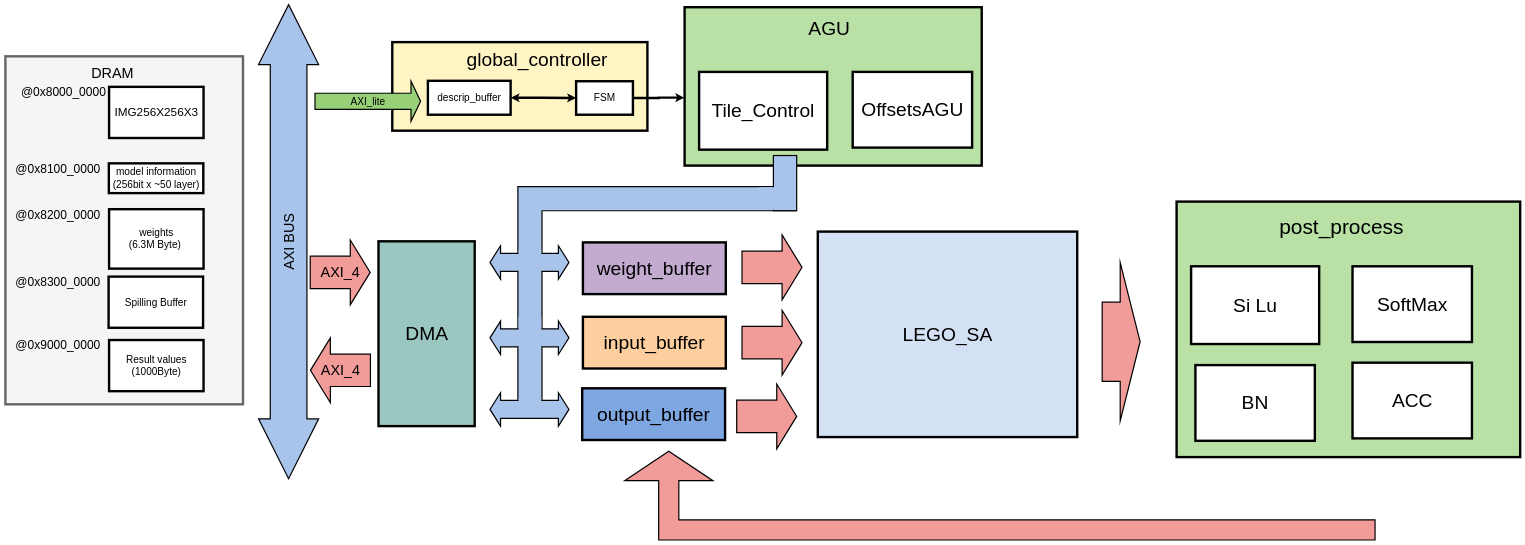
The draw.io diagram 系統V1.2.drawio in jihuien/ML100Days, before the edit. Source tidied: cells renumbered, new cells numbered last; positions are measured from the earlier drawing's top-left corner, leaving out a move shared by most shapes. Both pictures are drawn from the tidied source at 24%, with x=0, y=0 at pixel (5, -62).
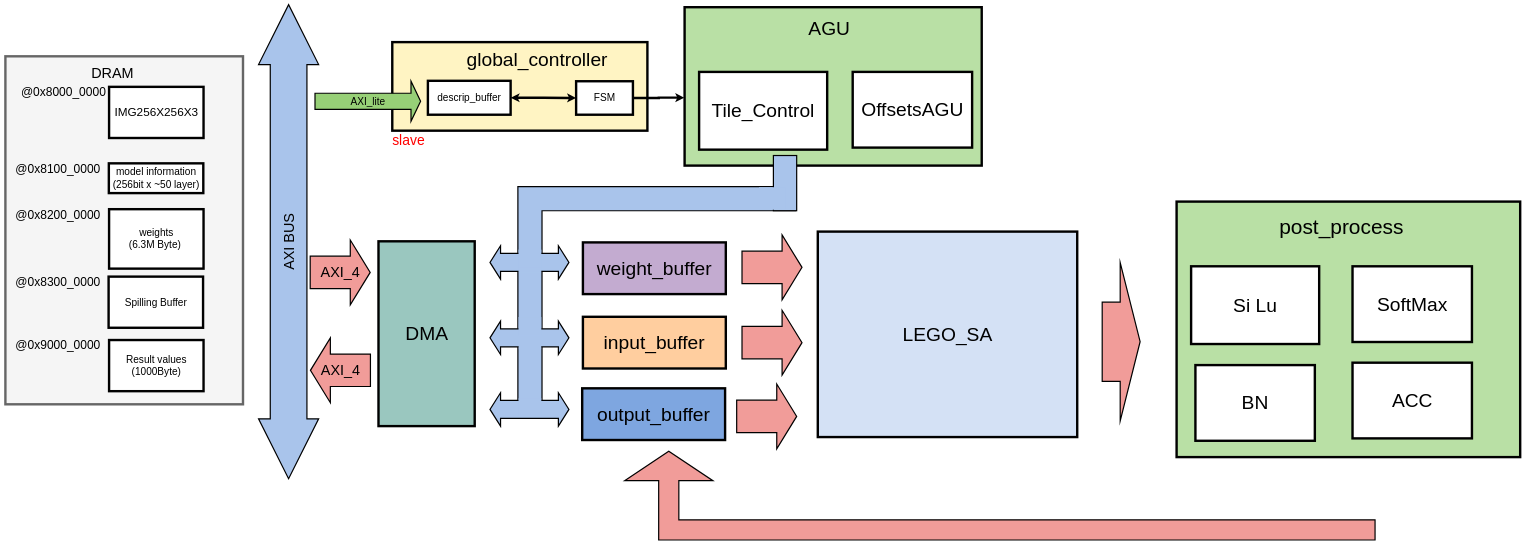
The same page after the edit.

What changed in the source:
```diff
@@
+    <mxCell id="60" value="&lt;div style=&quot;text-align: center;&quot;&gt;&lt;span style=&quot;background-color: transparent;&quot;&gt;&lt;font face=&quot;Arial&quot; style=&quot;font-size: 58px; color: light-dark(rgb(255, 0, 0), rgb(255, 255, 255));&quot;&gt;slave&lt;/font&gt;&lt;/span&gt;&lt;/div&gt;" style="text;whiteSpace=wrap;html=1;" parent="1" vertex="1">
+      <mxGeometry x="1610" y="803" width="300" height="70" as="geometry" />
+    </mxCell>
```
